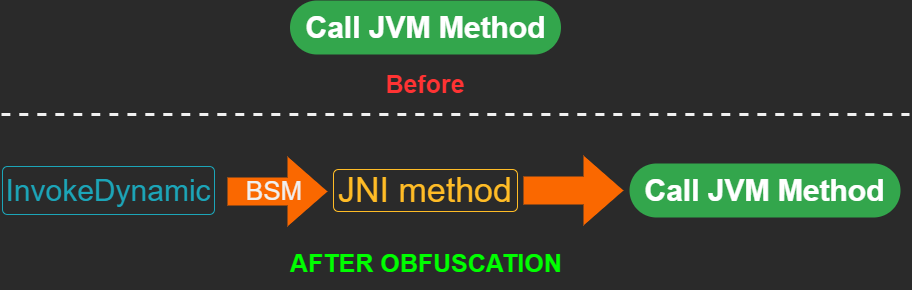
Earlier version of the draw.io export assets/eloader034-p2/realCall.png (CakeSlayers/CakeSlayers.github.io). Source tidied: cells renumbered, new cells last; positions are measured from the earlier drawing's top-left corner, leaving out a move shared by most shapes.
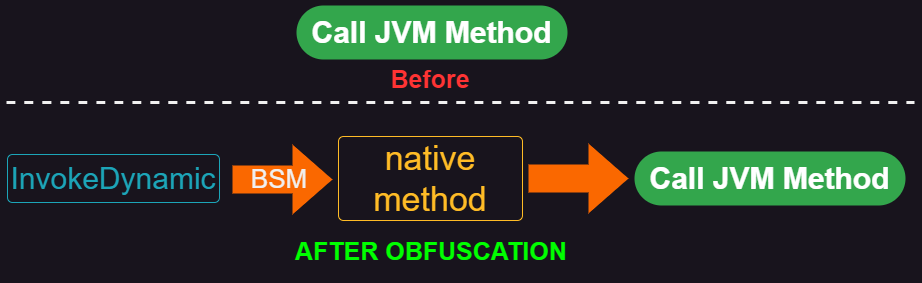
After the change.

The edit, as a diff of the source:
```diff
@@ -2,8 +2,8 @@
   <root>
     <mxCell id="0" />
     <mxCell id="1" parent="0" />
-    <mxCell id="2" value="&lt;font style=&quot;font-size: 34px;&quot;&gt;JNI method&lt;/font&gt;" style="html=1;shadow=0;dashed=0;shape=mxgraph.bootstrap.rrect;rSize=5;strokeColor=#FFBC26;strokeWidth=1;fillColor=none;fontColor=#FFBC26;whiteSpace=wrap;align=center;verticalAlign=middle;spacingLeft=0;fontStyle=0;fontSize=34;spacing=5;hachureGap=4;" parent="1" vertex="1">
-      <mxGeometry x="332" y="169" width="184" height="42" as="geometry" />
+    <mxCell id="2" value="&lt;font style=&quot;font-size: 34px;&quot;&gt;native method&lt;/font&gt;" style="html=1;shadow=0;dashed=0;shape=mxgraph.bootstrap.rrect;rSize=5;strokeColor=#FFBC26;strokeWidth=1;fillColor=none;fontColor=#FFBC26;whiteSpace=wrap;align=center;verticalAlign=middle;spacingLeft=0;fontStyle=0;fontSize=34;spacing=5;hachureGap=4;" parent="1" vertex="1">
+      <mxGeometry x="332" y="148" width="184" height="84" as="geometry" />
     </mxCell>
     <mxCell id="3" value="InvokeDynamic" style="html=1;shadow=0;dashed=0;shape=mxgraph.bootstrap.rrect;rSize=5;strokeColor=#1CA5B8;strokeWidth=1;fillColor=none;fontColor=#1CA5B8;whiteSpace=wrap;align=center;verticalAlign=middle;spacingLeft=0;fontStyle=0;fontSize=30;spacing=5;hachureGap=4;" parent="1" vertex="1">
       <mxGeometry x="1" y="166" width="212" height="48" as="geometry" />
@@ -24,10 +24,10 @@
       <mxGeometry x="287" y="235" width="274" height="54" as="geometry" />
     </mxCell>
     <mxCell id="9" value="&lt;font color=&quot;#ff3333&quot; style=&quot;font-size: 25px;&quot;&gt;&lt;b style=&quot;font-size: 25px;&quot;&gt;Before&lt;/b&gt;&lt;/font&gt;" style="text;strokeColor=none;fillColor=none;html=1;align=center;verticalAlign=middle;whiteSpace=wrap;rounded=0;hachureGap=4;fontSize=25;fontColor=#00FF00;" parent="1" vertex="1">
-      <mxGeometry x="351" y="56" width="146" height="54" as="geometry" />
+      <mxGeometry x="351" y="63" width="146" height="54" as="geometry" />
     </mxCell>
     <mxCell id="10" value="&lt;font style=&quot;font-size: 30px&quot;&gt;Call JVM Method&lt;/font&gt;" style="rounded=1;whiteSpace=wrap;html=1;arcSize=50;strokeColor=none;strokeWidth=1;fillColor=#33A64C;fontColor=#FFFFFF;whiteSpace=wrap;align=center;verticalAlign=middle;spacingLeft=0;fontStyle=1;fontSize=14;spacing=10;hachureGap=4;" parent="1" vertex="1">
-      <mxGeometry x="288.5" width="271" height="54" as="geometry" />
+      <mxGeometry x="290" y="17" width="271" height="54" as="geometry" />
     </mxCell>
     <mxCell id="11" style="endArrow=none;dashed=1;html=1;rounded=0;fontSize=42;fontColor=#FF3333;startSize=14;endSize=14;sourcePerimeterSpacing=8;targetPerimeterSpacing=8;curved=1;strokeWidth=3;" parent="1" edge="1">
       <mxGeometry relative="1" as="geometry">
```
